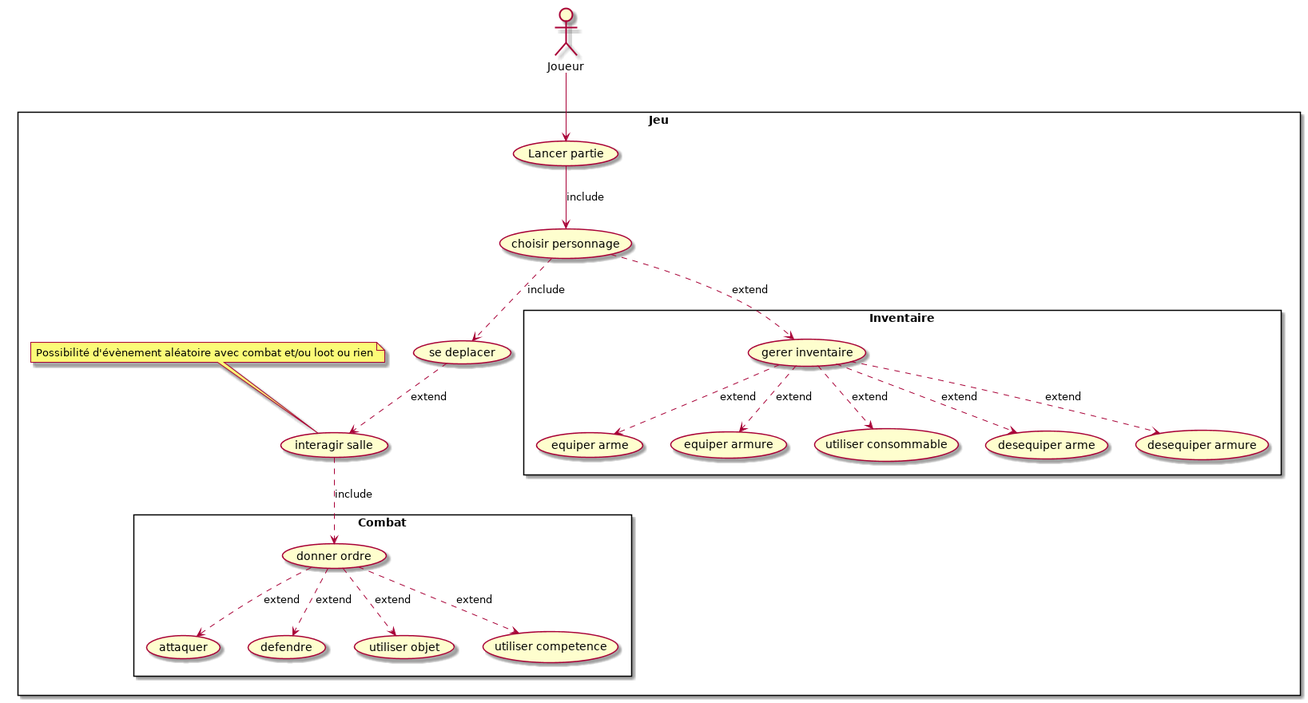
Earlier version of the PlantUML export UML/Use Case/case.png (Pyp-o/D-D_bouffe).
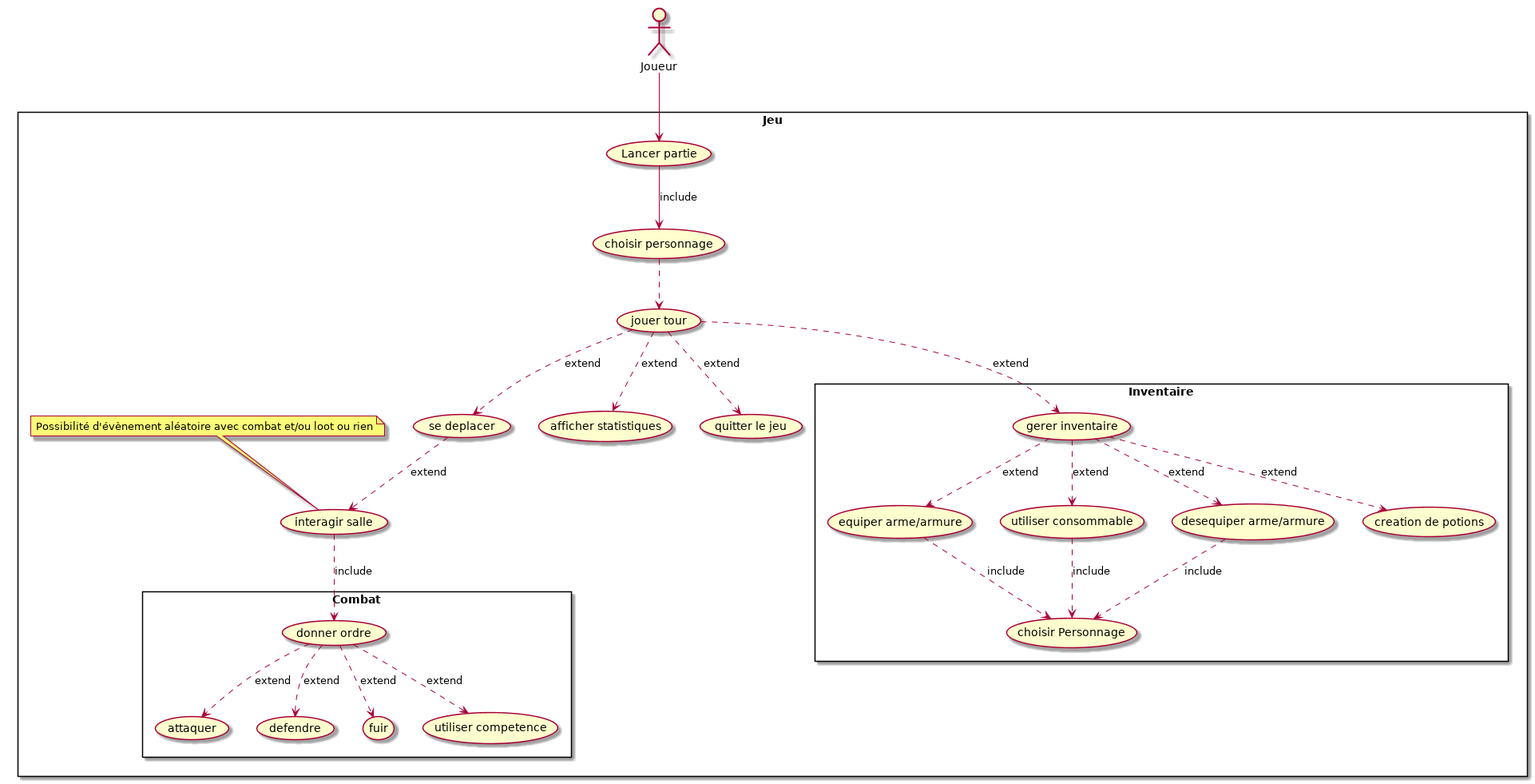
The same diagram one commit later.

Change to the diagram source:
```diff
@@ -5,8 +5,11 @@
 rectangle Jeu{
     Joueur --> (Lancer partie)
     (Lancer partie) --> (choisir personnage) : include
-    (choisir personnage) ..> (se deplacer) : include
+    (choisir personnage) ..> (jouer tour)
+    (jouer tour) ..> (se deplacer) : extend
     (se deplacer) ..> (interagir salle) : extend
+	(jouer tour) ..> (afficher statistiques) : extend
+	(jouer tour) ..> (quitter le jeu) : extend
 
     note left of (interagir salle) : Possibilité d'évènement aléatoire avec combat et/ou loot ou rien
 
@@ -15,18 +18,21 @@
         (interagir salle) ..> (donner ordre) : include
         (donner ordre) ..> (attaquer) : extend
         (donner ordre) ..> (defendre) : extend
-        (donner ordre) ..> (utiliser objet) : extend
+        (donner ordre) ..> (fuir) : extend
         (donner ordre) ..> (utiliser competence) : extend
     }
 
     rectangle Inventaire{
         top to bottom direction
-        (choisir personnage) ..> (gerer inventaire) : extend
-        (gerer inventaire) ..> (equiper arme): extend
-        (gerer inventaire) ..> (equiper armure): extend
+        (jouer tour) ..> (gerer inventaire) : extend
+        (gerer inventaire) ..> (equiper arme/armure): extend
         (gerer inventaire) ..> (utiliser consommable): extend
-        (gerer inventaire) ..> (desequiper arme): extend
-        (gerer inventaire) ..> (desequiper armure): extend
+        (gerer inventaire) ..> (desequiper arme/armure): extend
+        (desequiper arme/armure) ..> (choisir Personnage) : include
+        (equiper arme/armure) ..> (choisir Personnage) : include
+        (utiliser consommable) ..> (choisir Personnage) : include
+        (gerer inventaire) ..> (creation de potions) : extend
+
         }
 }
 
```
